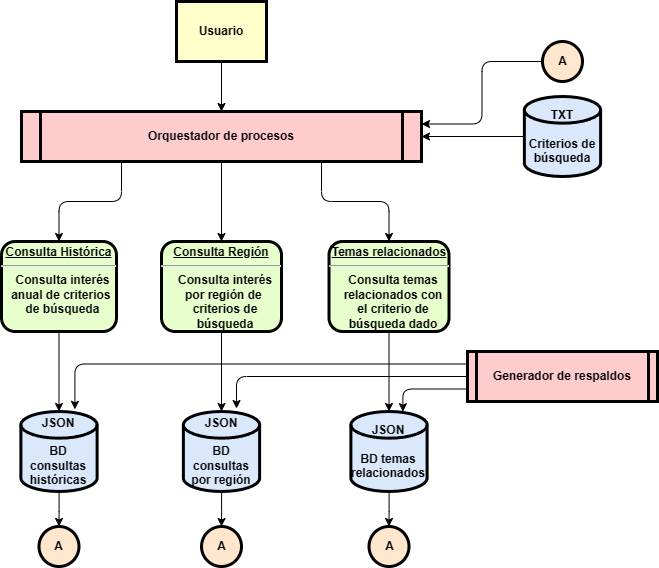
CAMM961001/cas_inai keeps this draw.io diagram as diagramas/arquitectura_general.drawio.png. Above is the earlier version. Source tidied: cells renumbered, new cells last; positions are measured from the earlier drawing's top-left corner, leaving out a move shared by most shapes.
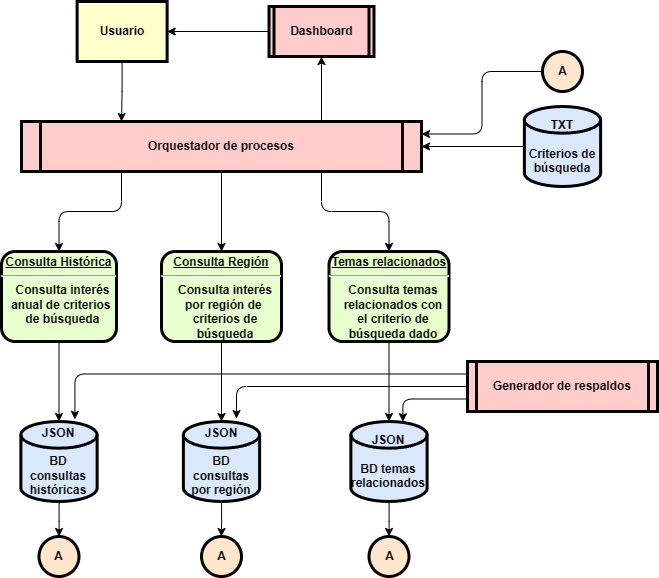
Above is the later version.

The edit, as a diff of the source:
```diff
@@ -29,14 +29,17 @@
     <mxCell id="10" style="edgeStyle=orthogonalEdgeStyle;rounded=1;jettySize=auto;html=1;exitX=0.25;exitY=1;exitDx=0;exitDy=0;exitPerimeter=0;entryX=0.5;entryY=0;entryDx=0;entryDy=0;" parent="1" edge="1" source="11" target="3">
       <mxGeometry relative="1" as="geometry" />
     </mxCell>
+    <mxCell id="31" style="edgeStyle=orthogonalEdgeStyle;rounded=0;jettySize=auto;html=1;exitX=0.75;exitY=0;exitDx=0;exitDy=0;exitPerimeter=0;entryX=0.5;entryY=1;entryDx=0;entryDy=0;entryPerimeter=0;" parent="1" edge="1" source="11" target="33">
+      <mxGeometry relative="1" as="geometry" />
+    </mxCell>
     <mxCell id="11" value="Orquestador de procesos" style="shape=process;whiteSpace=wrap;align=center;verticalAlign=middle;size=0.0475;fontStyle=1;strokeWidth=3;fillColor=#FFCCCC;points=[[0,0,0,0,0],[0,0.25,0,0,0],[0,0.5,0,0,0],[0,0.75,0,0,0],[0,1,0,0,0],[0.25,0,0,0,0],[0.25,1,0,0,0],[0.5,0,0,0,0],[0.5,1,0,0,0],[0.75,0,0,0,0],[0.75,1,0,0,0],[1,0,0,0,0],[1,0.25,0,0,0],[1,0.5,0,0,0],[1,0.75,0,0,0],[1,1,0,0,0]];" parent="1" vertex="1">
       <mxGeometry x="20" y="110" width="400" height="50" as="geometry" />
     </mxCell>
-    <mxCell id="12" style="edgeStyle=orthogonalEdgeStyle;rounded=0;jettySize=auto;html=1;entryX=0.5;entryY=0;entryDx=0;entryDy=0;entryPerimeter=0;" parent="1" edge="1" source="13" target="11">
+    <mxCell id="12" style="edgeStyle=orthogonalEdgeStyle;rounded=0;jettySize=auto;html=1;entryX=0.25;entryY=0;entryDx=0;entryDy=0;entryPerimeter=0;" parent="1" edge="1" source="13" target="11">
       <mxGeometry relative="1" as="geometry" />
     </mxCell>
     <mxCell id="13" value="Usuario" style="whiteSpace=wrap;align=center;verticalAlign=middle;fontStyle=1;strokeWidth=3;fillColor=#FFFFCC;" parent="1" vertex="1">
-      <mxGeometry x="175" width="90" height="60" as="geometry" />
+      <mxGeometry x="75.6" y="-10" width="90" height="60" as="geometry" />
     </mxCell>
     <mxCell id="14" style="edgeStyle=orthogonalEdgeStyle;rounded=0;jettySize=auto;html=1;entryX=0.5;entryY=0;entryDx=0;entryDy=0;entryPerimeter=0;" parent="1" edge="1" source="15" target="26">
       <mxGeometry relative="1" as="geometry" />
@@ -89,5 +92,11 @@
     <mxCell id="30" value="A" style="verticalLabelPosition=middle;verticalAlign=middle;html=1;shape=mxgraph.flowchart.on-page_reference;fillColor=#ffe6cc;strokeColor=#000000;strokeWidth=3;fontStyle=1;labelPosition=center;align=center;" parent="1" vertex="1">
       <mxGeometry x="367.5" y="525" width="40" height="40" as="geometry" />
     </mxCell>
+    <mxCell id="32" style="edgeStyle=orthogonalEdgeStyle;rounded=0;jettySize=auto;html=1;entryX=1;entryY=0.5;entryDx=0;entryDy=0;" parent="1" edge="1" source="33" target="13">
+      <mxGeometry relative="1" as="geometry" />
+    </mxCell>
+    <mxCell id="33" value="Dashboard" style="shape=process;whiteSpace=wrap;align=center;verticalAlign=middle;size=0.0475;fontStyle=1;strokeWidth=3;fillColor=#FFCCCC;points=[[0,0,0,0,0],[0,0.25,0,0,0],[0,0.5,0,0,0],[0,0.75,0,0,0],[0,1,0,0,0],[0.25,0,0,0,0],[0.25,1,0,0,0],[0.5,0,0,0,0],[0.5,1,0,0,0],[0.75,0,0,0,0],[0.75,1,0,0,0],[1,0,0,0,0],[1,0.25,0,0,0],[1,0.5,0,0,0],[1,0.75,0,0,0],[1,1,0,0,0]];" parent="1" vertex="1">
+      <mxGeometry x="267.5" y="-5" width="105" height="50" as="geometry" />
+    </mxCell>
   </root>
 </mxGraphModel>
```
